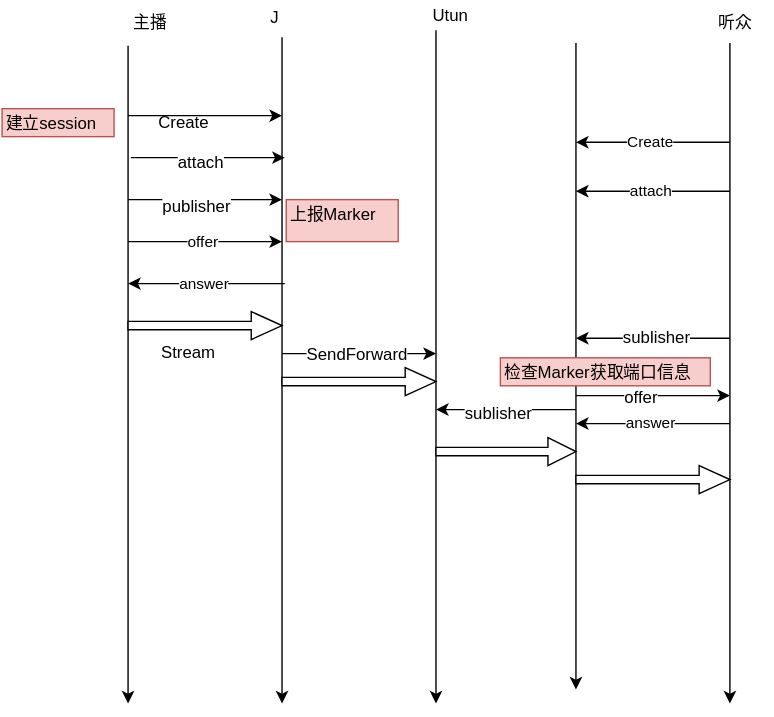
Above: janus_broadcast.svg in chenlai/picture (draw.io), before the change. Source tidied: cells renumbered, new cells last; positions are measured from the earlier drawing's top-left corner, leaving out a move shared by most shapes. Source of this version:
```xml
<mxGraphModel background="#ffffff">
  <root>
    <mxCell id="0" />
    <mxCell id="1" parent="0" />
    <mxCell id="2" value="J" style="text;html=1;align=left;verticalAlign=top;spacingTop=-4;" parent="1" vertex="1">
      <mxGeometry x="190" y="1" width="20" height="20" as="geometry" />
    </mxCell>
    <mxCell id="3" style="endArrow=classic;html=1;" parent="1" edge="1">
      <mxGeometry relative="1" as="geometry">
        <mxPoint x="90" y="31" as="sourcePoint" />
        <mxPoint x="90" y="501" as="targetPoint" />
      </mxGeometry>
    </mxCell>
    <mxCell id="4" style="endArrow=classic;html=1;" parent="1" edge="1">
      <mxGeometry x="370" y="144" as="geometry">
        <mxPoint x="200" y="25" as="sourcePoint" />
        <mxPoint x="200" y="501" as="targetPoint" />
      </mxGeometry>
    </mxCell>
    <mxCell id="5" value="主播" style="text;html=1;align=left;verticalAlign=top;spacingTop=-4;" parent="1" vertex="1">
      <mxGeometry x="92" y="5" width="40" height="20" as="geometry" />
    </mxCell>
    <mxCell id="6" style="endArrow=classic;html=1;" parent="1" edge="1">
      <mxGeometry relative="1" as="geometry">
        <mxPoint x="90" y="81" as="sourcePoint" />
        <mxPoint x="200" y="81" as="targetPoint" />
        <Array as="points">
          <mxPoint x="150" y="81" />
          <mxPoint x="170" y="81" />
        </Array>
      </mxGeometry>
    </mxCell>
    <mxCell id="7" value="Create" style="text;html=1;align=left;verticalAlign=top;spacingTop=-4;" parent="1" vertex="1">
      <mxGeometry x="110" y="76" width="50" height="20" as="geometry" />
    </mxCell>
    <mxCell id="8" style="endArrow=classic;html=1;" parent="1" edge="1">
      <mxGeometry x="262" y="230" as="geometry">
        <mxPoint x="92" y="111" as="sourcePoint" />
        <mxPoint x="202" y="111" as="targetPoint" />
        <Array as="points">
          <mxPoint x="152" y="111" />
          <mxPoint x="172" y="111" />
        </Array>
      </mxGeometry>
    </mxCell>
    <mxCell id="9" value="attach" style="text;html=1;align=center;verticalAlign=middle;labelBackgroundColor=#ffffff;" parent="8" vertex="1">
      <mxGeometry relative="1" as="geometry">
        <mxPoint x="-5" y="2" as="offset" />
      </mxGeometry>
    </mxCell>
    <mxCell id="10" style="endArrow=classic;html=1;" parent="1" edge="1">
      <mxGeometry relative="1" as="geometry">
        <mxPoint x="90" y="141" as="sourcePoint" />
        <mxPoint x="200" y="141" as="targetPoint" />
      </mxGeometry>
    </mxCell>
    <mxCell id="11" value="publisher" style="text;html=1;align=center;verticalAlign=middle;labelBackgroundColor=#ffffff;" parent="10" vertex="1">
      <mxGeometry x="-0.11" y="-3" relative="1" as="geometry" />
    </mxCell>
    <mxCell id="12" value="offer" style="endArrow=classic;html=1;" parent="1" edge="1">
      <mxGeometry x="260" y="290" as="geometry">
        <mxPoint x="90" y="171" as="sourcePoint" />
        <mxPoint x="200" y="171" as="targetPoint" />
      </mxGeometry>
    </mxCell>
    <mxCell id="13" value="建立session" style="text;html=1;align=left;verticalAlign=top;spacingTop=-4;fillColor=#f8cecc;strokeColor=#b85450;" parent="1" vertex="1">
      <mxGeometry y="76" width="80" height="20" as="geometry" />
    </mxCell>
    <mxCell id="14" value="answer" style="endArrow=classic;html=1;" parent="1" edge="1">
      <mxGeometry x="282" y="320" as="geometry">
        <mxPoint x="202" y="201" as="sourcePoint" />
        <mxPoint x="90" y="201" as="targetPoint" />
      </mxGeometry>
    </mxCell>
    <mxCell id="15" style="shape=singleArrow;whiteSpace=wrap;html=1;strokeColor=#000000;align=left;" parent="1" vertex="1">
      <mxGeometry x="90" y="221" width="110" height="20" as="geometry" />
    </mxCell>
    <mxCell id="16" value="Stream" style="text;html=1;align=left;verticalAlign=top;spacingTop=-4;" parent="1" vertex="1">
      <mxGeometry x="112" y="241" width="50" height="20" as="geometry" />
    </mxCell>
    <mxCell id="17" style="endArrow=classic;html=1;" parent="1" edge="1">
      <mxGeometry x="580" y="148" as="geometry">
        <mxPoint x="410" y="29" as="sourcePoint" />
        <mxPoint x="410" y="491" as="targetPoint" />
      </mxGeometry>
    </mxCell>
    <mxCell id="18" style="endArrow=classic;html=1;" parent="1" edge="1">
      <mxGeometry x="580" y="400" as="geometry">
        <mxPoint x="410" y="281" as="sourcePoint" />
        <mxPoint x="520" y="281" as="targetPoint" />
      </mxGeometry>
    </mxCell>
    <mxCell id="19" value="offer" style="text;html=1;align=center;verticalAlign=middle;labelBackgroundColor=#ffffff;" parent="18" vertex="1">
      <mxGeometry relative="1" as="geometry">
        <mxPoint x="-9" as="offset" />
      </mxGeometry>
    </mxCell>
    <mxCell id="20" style="endArrow=classic;html=1;" parent="1" edge="1">
      <mxGeometry x="690" y="148" as="geometry">
        <mxPoint x="520" y="29" as="sourcePoint" />
        <mxPoint x="520" y="501" as="targetPoint" />
      </mxGeometry>
    </mxCell>
    <mxCell id="21" value="Create" style="endArrow=classic;html=1;" parent="1" edge="1">
      <mxGeometry x="580" y="219" as="geometry">
        <mxPoint x="520" y="100" as="sourcePoint" />
        <mxPoint x="410" y="100" as="targetPoint" />
      </mxGeometry>
    </mxCell>
    <mxCell id="22" value="attach" style="endArrow=classic;html=1;" parent="1" edge="1">
      <mxGeometry x="580" y="254" as="geometry">
        <mxPoint x="520" y="135" as="sourcePoint" />
        <mxPoint x="410" y="135" as="targetPoint" />
      </mxGeometry>
    </mxCell>
    <mxCell id="23" value="answer" style="endArrow=classic;html=1;" parent="1" edge="1">
      <mxGeometry x="600" y="420" as="geometry">
        <mxPoint x="520" y="301" as="sourcePoint" />
        <mxPoint x="410" y="301" as="targetPoint" />
      </mxGeometry>
    </mxCell>
    <mxCell id="24" style="endArrow=classic;html=1;" parent="1" edge="1">
      <mxGeometry x="600" y="359" as="geometry">
        <mxPoint x="520" y="240" as="sourcePoint" />
        <mxPoint x="410" y="240" as="targetPoint" />
      </mxGeometry>
    </mxCell>
    <mxCell id="25" value="sublisher" style="text;html=1;align=center;verticalAlign=middle;labelBackgroundColor=#ffffff;" parent="24" vertex="1">
      <mxGeometry relative="1" as="geometry">
        <mxPoint x="2" y="-2" as="offset" />
      </mxGeometry>
    </mxCell>
    <mxCell id="26" style="shape=singleArrow;whiteSpace=wrap;html=1;strokeColor=#000000;align=left;" parent="1" vertex="1">
      <mxGeometry x="410" y="331" width="110" height="20" as="geometry" />
    </mxCell>
    <mxCell id="27" value="听众" style="text;html=1;align=left;verticalAlign=top;spacingTop=-4;" parent="1" vertex="1">
      <mxGeometry x="510" y="5" width="40" height="20" as="geometry" />
    </mxCell>
    <mxCell id="28" style="endArrow=classic;html=1;" parent="1" edge="1">
      <mxGeometry relative="1" as="geometry">
        <mxPoint x="310" y="20" as="sourcePoint" />
        <mxPoint x="310" y="501" as="targetPoint" />
      </mxGeometry>
    </mxCell>
    <mxCell id="29" value="Utun" style="text;html=1;align=left;verticalAlign=top;spacingTop=-4;" parent="1" vertex="1">
      <mxGeometry x="306" width="40" height="20" as="geometry" />
    </mxCell>
    <mxCell id="30" style="endArrow=classic;html=1;" parent="1" edge="1">
      <mxGeometry x="370" y="370" as="geometry">
        <mxPoint x="200" y="251" as="sourcePoint" />
        <mxPoint x="310" y="251" as="targetPoint" />
      </mxGeometry>
    </mxCell>
    <mxCell id="31" value="SendForward" style="text;html=1;align=center;verticalAlign=middle;labelBackgroundColor=#ffffff;" parent="30" vertex="1">
      <mxGeometry relative="1" as="geometry">
        <mxPoint x="-2" y="-1" as="offset" />
      </mxGeometry>
    </mxCell>
    <mxCell id="32" style="shape=singleArrow;whiteSpace=wrap;html=1;strokeColor=#000000;align=left;" parent="1" vertex="1">
      <mxGeometry x="200" y="261" width="110" height="20" as="geometry" />
    </mxCell>
    <mxCell id="33" style="endArrow=classic;html=1;" parent="1" edge="1">
      <mxGeometry relative="1" as="geometry">
        <mxPoint x="410" y="291" as="sourcePoint" />
        <mxPoint x="310" y="291" as="targetPoint" />
      </mxGeometry>
    </mxCell>
    <mxCell id="34" value="sublisher" style="text;html=1;align=center;verticalAlign=middle;labelBackgroundColor=#ffffff;" parent="33" vertex="1">
      <mxGeometry x="0.12" y="1" relative="1" as="geometry" />
    </mxCell>
    <mxCell id="35" style="shape=singleArrow;whiteSpace=wrap;html=1;strokeColor=#000000;align=left;" parent="1" vertex="1">
      <mxGeometry x="310" y="311" width="100" height="20" as="geometry" />
    </mxCell>
    <mxCell id="36" value="上报Marker&lt;div&gt;&lt;br&gt;&lt;/div&gt;" style="text;html=1;align=left;verticalAlign=top;spacingTop=-4;fillColor=#f8cecc;strokeColor=#b85450;" parent="1" vertex="1">
      <mxGeometry x="203" y="141" width="80" height="30" as="geometry" />
    </mxCell>
    <mxCell id="37" value="检查Marker获取端口信息" style="text;html=1;align=left;verticalAlign=top;spacingTop=-4;fillColor=#f8cecc;strokeColor=#b85450;" parent="1" vertex="1">
      <mxGeometry x="356" y="254" width="150" height="20" as="geometry" />
    </mxCell>
  </root>
</mxGraphModel>
```
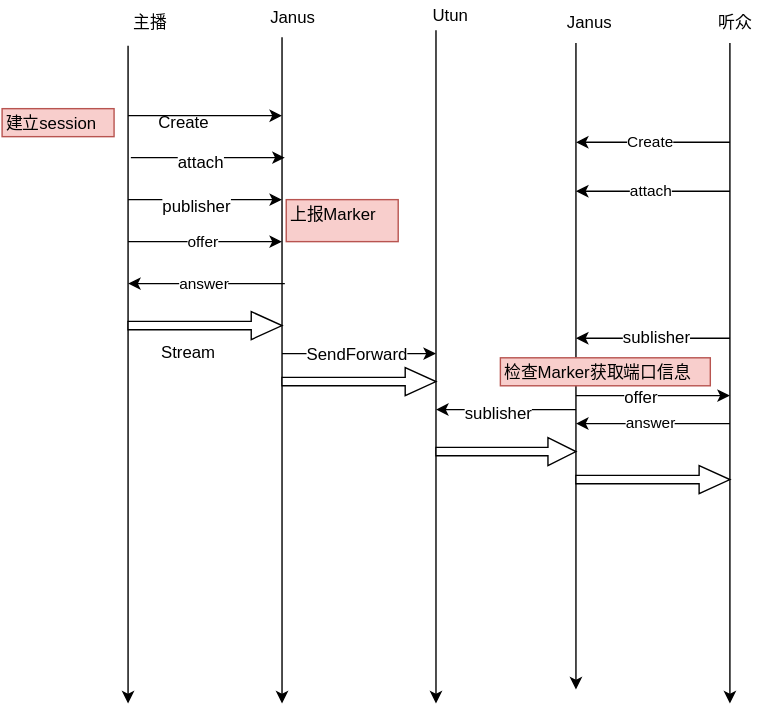
After the change.

What changed in the source:
```diff
@@ -2,8 +2,8 @@
   <root>
     <mxCell id="0" />
     <mxCell id="1" parent="0" />
-    <mxCell id="2" value="J" style="text;html=1;align=left;verticalAlign=top;spacingTop=-4;" parent="1" vertex="1">
-      <mxGeometry x="190" y="1" width="20" height="20" as="geometry" />
+    <mxCell id="2" value="Janus" style="text;html=1;align=left;verticalAlign=top;spacingTop=-4;" parent="1" vertex="1">
+      <mxGeometry x="190" y="1" width="50" height="20" as="geometry" />
     </mxCell>
     <mxCell id="3" style="endArrow=classic;html=1;" parent="1" edge="1">
       <mxGeometry relative="1" as="geometry">
@@ -177,5 +177,8 @@
     <mxCell id="37" value="检查Marker获取端口信息" style="text;html=1;align=left;verticalAlign=top;spacingTop=-4;fillColor=#f8cecc;strokeColor=#b85450;" parent="1" vertex="1">
       <mxGeometry x="356" y="254" width="150" height="20" as="geometry" />
     </mxCell>
+    <mxCell id="38" value="Janus&lt;div&gt;&lt;br&gt;&lt;/div&gt;" style="text;html=1;align=left;verticalAlign=top;spacingTop=-4;" parent="1" vertex="1">
+      <mxGeometry x="402" y="5" width="50" height="30" as="geometry" />
+    </mxCell>
   </root>
 </mxGraphModel>
```
